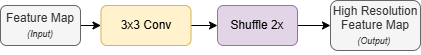
Above: upsampleblockpipeline.drawio.png in jonas0711/P3---Milestone-Re-id (draw.io), before the change. Source tidied: cells renumbered, new cells last; positions are measured from the earlier drawing's top-left corner, leaving out a move shared by most shapes. Source of this version:
```xml
<mxGraphModel>
  <root>
    <mxCell id="0" />
    <mxCell id="1" parent="0" />
    <mxCell id="2" style="edgeStyle=orthogonalEdgeStyle;rounded=0;jettySize=auto;html=1;exitX=1;exitY=0.5;exitDx=0;exitDy=0;entryX=0;entryY=0.5;entryDx=0;entryDy=0;" parent="1" edge="1" source="3" target="7">
      <mxGeometry relative="1" as="geometry" />
    </mxCell>
    <mxCell id="3" value="Feature Map&lt;div&gt;&lt;font style=&quot;font-size: 9px;&quot;&gt;&lt;i&gt;(Input)&lt;/i&gt;&lt;/font&gt;&lt;/div&gt;" style="rounded=1;whiteSpace=wrap;html=1;fillColor=#f5f5f5;strokeColor=#666666;fontColor=#333333;" parent="1" vertex="1">
      <mxGeometry y="5" width="80" height="40" as="geometry" />
    </mxCell>
    <mxCell id="4" value="High Resolution Feature Map&lt;div&gt;&lt;i&gt;&lt;font style=&quot;font-size: 9px;&quot;&gt;(Output)&amp;nbsp;&lt;/font&gt;&lt;/i&gt;&lt;/div&gt;" style="rounded=1;whiteSpace=wrap;html=1;fillColor=#f5f5f5;strokeColor=#666666;fontColor=#333333;" parent="1" vertex="1">
      <mxGeometry x="330" width="90" height="50" as="geometry" />
    </mxCell>
    <mxCell id="5" style="edgeStyle=orthogonalEdgeStyle;rounded=0;orthogonalLoop=1;jettySize=auto;html=1;exitX=0.5;exitY=1;exitDx=0;exitDy=0;" parent="1" edge="1">
      <mxGeometry relative="1" as="geometry">
        <mxPoint x="145.2" y="45" as="sourcePoint" />
        <mxPoint x="145.2" y="45" as="targetPoint" />
      </mxGeometry>
    </mxCell>
    <mxCell id="6" style="edgeStyle=orthogonalEdgeStyle;rounded=0;jettySize=auto;html=1;exitX=1;exitY=0.5;exitDx=0;exitDy=0;entryX=0;entryY=0.5;entryDx=0;entryDy=0;" parent="1" edge="1" source="7" target="9">
      <mxGeometry relative="1" as="geometry" />
    </mxCell>
    <mxCell id="7" value="3x3 Conv" style="rounded=1;whiteSpace=wrap;html=1;fillColor=#fff2cc;strokeColor=#d6b656;" parent="1" vertex="1">
      <mxGeometry x="100.5" y="5" width="90" height="40" as="geometry" />
    </mxCell>
    <mxCell id="8" style="edgeStyle=orthogonalEdgeStyle;rounded=0;jettySize=auto;html=1;exitX=1;exitY=0.5;exitDx=0;exitDy=0;entryX=0;entryY=0.5;entryDx=0;entryDy=0;" parent="1" edge="1" source="9" target="4">
      <mxGeometry relative="1" as="geometry" />
    </mxCell>
    <mxCell id="9" value="Shuffle 2x" style="rounded=1;whiteSpace=wrap;html=1;fillColor=#e1d5e7;strokeColor=#9673a6;" parent="1" vertex="1">
      <mxGeometry x="217" y="5" width="80" height="40" as="geometry" />
    </mxCell>
  </root>
</mxGraphModel>
```
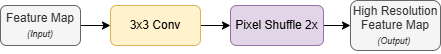
After the commit.

What changed in the source:
```diff
@@ -9,7 +9,7 @@
       <mxGeometry y="5" width="80" height="40" as="geometry" />
     </mxCell>
     <mxCell id="4" value="High Resolution Feature Map&lt;div&gt;&lt;i&gt;&lt;font style=&quot;font-size: 9px;&quot;&gt;(Output)&amp;nbsp;&lt;/font&gt;&lt;/i&gt;&lt;/div&gt;" style="rounded=1;whiteSpace=wrap;html=1;fillColor=#f5f5f5;strokeColor=#666666;fontColor=#333333;" parent="1" vertex="1">
-      <mxGeometry x="330" width="90" height="50" as="geometry" />
+      <mxGeometry x="350" width="90" height="50" as="geometry" />
     </mxCell>
     <mxCell id="5" style="edgeStyle=orthogonalEdgeStyle;rounded=0;orthogonalLoop=1;jettySize=auto;html=1;exitX=0.5;exitY=1;exitDx=0;exitDy=0;" parent="1" edge="1">
       <mxGeometry relative="1" as="geometry">
@@ -21,13 +21,13 @@
       <mxGeometry relative="1" as="geometry" />
     </mxCell>
     <mxCell id="7" value="3x3 Conv" style="rounded=1;whiteSpace=wrap;html=1;fillColor=#fff2cc;strokeColor=#d6b656;" parent="1" vertex="1">
-      <mxGeometry x="100.5" y="5" width="90" height="40" as="geometry" />
+      <mxGeometry x="110" y="5" width="90" height="40" as="geometry" />
     </mxCell>
     <mxCell id="8" style="edgeStyle=orthogonalEdgeStyle;rounded=0;jettySize=auto;html=1;exitX=1;exitY=0.5;exitDx=0;exitDy=0;entryX=0;entryY=0.5;entryDx=0;entryDy=0;" parent="1" edge="1" source="9" target="4">
       <mxGeometry relative="1" as="geometry" />
     </mxCell>
-    <mxCell id="9" value="Shuffle 2x" style="rounded=1;whiteSpace=wrap;html=1;fillColor=#e1d5e7;strokeColor=#9673a6;" parent="1" vertex="1">
-      <mxGeometry x="217" y="5" width="80" height="40" as="geometry" />
+    <mxCell id="9" value="Pixel Shuffle 2x" style="rounded=1;whiteSpace=wrap;html=1;fillColor=#e1d5e7;strokeColor=#9673a6;" parent="1" vertex="1">
+      <mxGeometry x="230" y="5" width="93" height="40" as="geometry" />
     </mxCell>
   </root>
 </mxGraphModel>
```
